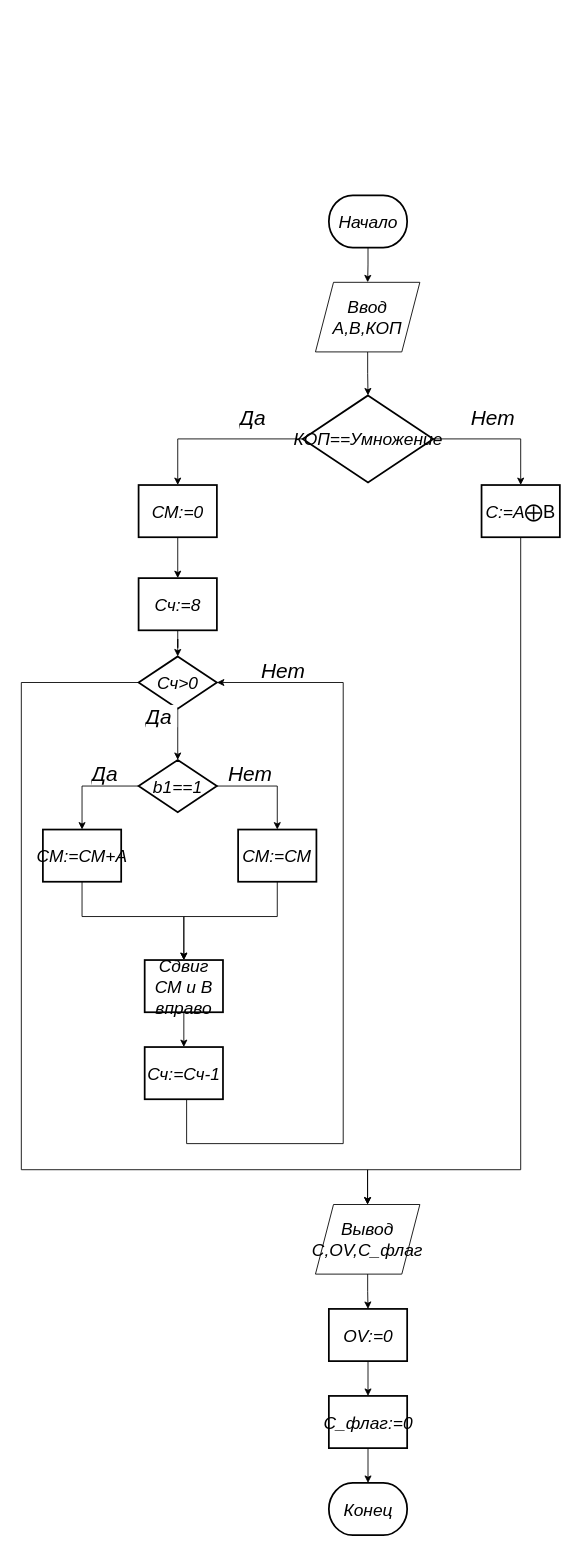
Above: page "Страница-2" (2 of 3) of эвм/Курсач/диаг.drawio in KvoERR/pnrpu-3rd-year (draw.io), before the change. Source tidied: cells renumbered, new cells numbered last; positions are measured from the earlier drawing's top-left corner, leaving out a move shared by most shapes. Both pictures are drawn from the tidied source at 87%, with x=0, y=0 at pixel (21, 195).
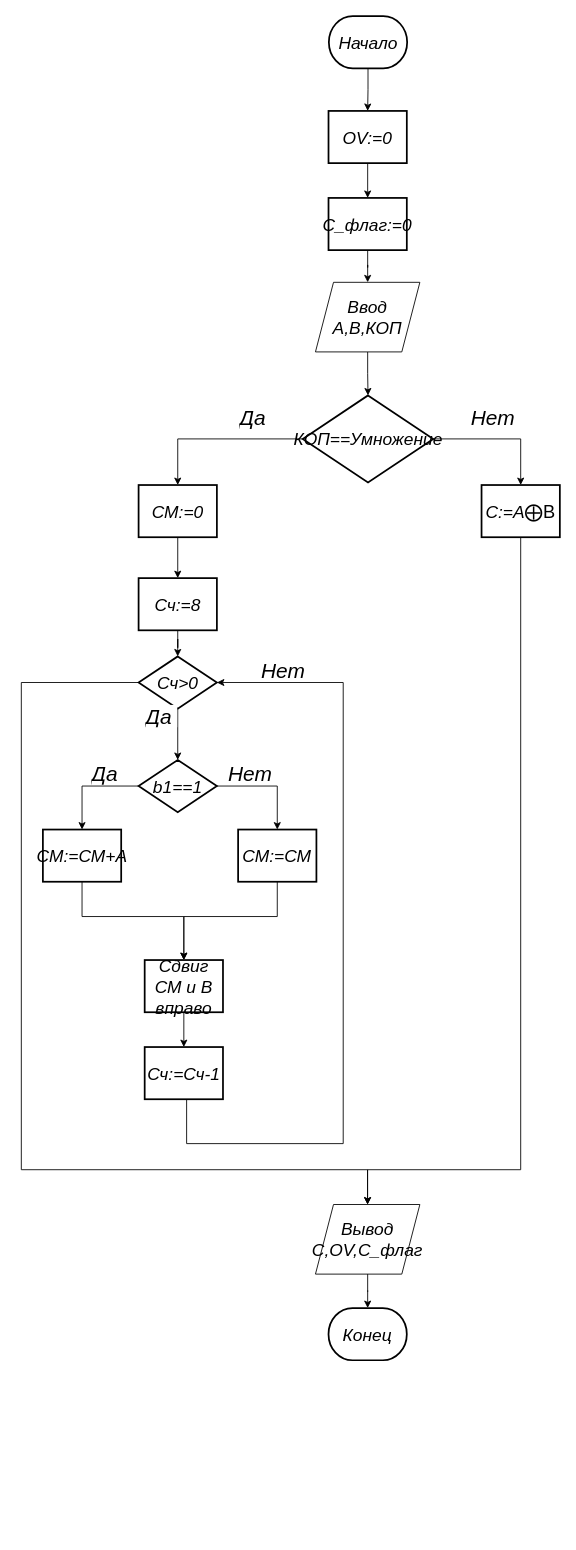
The same diagram, later.

Unchanged cells that the change refers to:
```xml
<mxCell id="38" value="&lt;font face=&quot;GOST Type A&quot;&gt;&lt;span style=&quot;font-size: 20px;&quot;&gt;&lt;i&gt;Вывод C,OV,C_флаг&lt;/i&gt;&lt;/span&gt;&lt;/font&gt;" style="shape=parallelogram;perimeter=parallelogramPerimeter;whiteSpace=wrap;html=1;fixedSize=1;size=20.75;" parent="1" vertex="1">
  <mxGeometry x="338.1" y="1160" width="120" height="80" as="geometry" />
</mxCell>
<mxCell id="41" value="&lt;font face=&quot;GOST Type A&quot;&gt;&lt;span style=&quot;font-size: 20px;&quot;&gt;&lt;i&gt;Ввод A,B,КОП&lt;/i&gt;&lt;/span&gt;&lt;/font&gt;" style="shape=parallelogram;perimeter=parallelogramPerimeter;whiteSpace=wrap;html=1;fixedSize=1;size=20.75;" parent="1" vertex="1">
  <mxGeometry x="338.1" y="100" width="120" height="80" as="geometry" />
</mxCell>
```

The edit, as a diff of the source:
```diff
@@
     <mxCell id="2" value="&lt;font style=&quot;font-size: 20px;&quot; face=&quot;GOST Type A&quot;&gt;&lt;i style=&quot;&quot;&gt;Начало&lt;/i&gt;&lt;/font&gt;" style="strokeWidth=2;html=1;shape=mxgraph.flowchart.terminator;whiteSpace=wrap;" parent="1" vertex="1">
-      <mxGeometry x="353.5" width="90" height="60" as="geometry" />
+      <mxGeometry x="353.5" y="-206" width="90" height="60" as="geometry" />
     </mxCell>
@@
-    <mxCell id="6" style="edgeStyle=orthogonalEdgeStyle;rounded=0;jettySize=auto;html=1;" parent="1" edge="1" source="2" target="41">
+    <mxCell id="6" style="edgeStyle=orthogonalEdgeStyle;rounded=0;jettySize=auto;html=1;" parent="1" edge="1" source="2" target="27">
       <mxGeometry relative="1" as="geometry" />
     </mxCell>
@@
-    <mxCell id="26" style="edgeStyle=orthogonalEdgeStyle;rounded=0;jettySize=auto;html=1;" parent="1" edge="1" source="27" target="28">
-      <mxGeometry relative="1" as="geometry" />
-    </mxCell>
-    <mxCell id="27" value="&lt;font face=&quot;GOST Type A&quot;&gt;&lt;span style=&quot;font-size: 20px;&quot;&gt;&lt;i&gt;OV:=0&lt;/i&gt;&lt;/span&gt;&lt;/font&gt;" style="whiteSpace=wrap;html=1;strokeWidth=2;" parent="1" vertex="1">
-      <mxGeometry x="353.5" y="1280" width="90" height="60" as="geometry" />
-    </mxCell>
-    <mxCell id="28" value="&lt;font face=&quot;GOST Type A&quot;&gt;&lt;span style=&quot;font-size: 20px;&quot;&gt;&lt;i&gt;C_флаг:=0&lt;/i&gt;&lt;/span&gt;&lt;/font&gt;" style="whiteSpace=wrap;html=1;strokeWidth=2;" parent="1" vertex="1">
-      <mxGeometry x="353.5" y="1380" width="90" height="60" as="geometry" />
-    </mxCell>
-    <mxCell id="29" style="edgeStyle=orthogonalEdgeStyle;rounded=0;jettySize=auto;html=1;exitX=0.5;exitY=1;exitDx=0;exitDy=0;" parent="1" edge="1" source="28" target="39">
-      <mxGeometry relative="1" as="geometry" />
-    </mxCell>
@@
-    <mxCell id="37" style="edgeStyle=orthogonalEdgeStyle;rounded=0;jettySize=auto;html=1;" parent="1" edge="1" source="38" target="27">
-      <mxGeometry relative="1" as="geometry" />
+    <mxCell id="37" style="edgeStyle=orthogonalEdgeStyle;rounded=0;jettySize=auto;html=1;" parent="1" edge="1" source="38" target="39">
+      <mxGeometry x="-0.04" relative="1" as="geometry" />
     </mxCell>
@@
     <mxCell id="39" value="&lt;font face=&quot;GOST Type A&quot;&gt;&lt;span style=&quot;font-size: 20px;&quot;&gt;&lt;i&gt;Конец&lt;/i&gt;&lt;/span&gt;&lt;/font&gt;" style="strokeWidth=2;html=1;shape=mxgraph.flowchart.terminator;whiteSpace=wrap;" parent="1" vertex="1">
-      <mxGeometry x="353.5" y="1480" width="90" height="60" as="geometry" />
+      <mxGeometry x="353.1" y="1279" width="90" height="60" as="geometry" />
     </mxCell>
@@
+    <mxCell id="26" style="edgeStyle=orthogonalEdgeStyle;rounded=0;jettySize=auto;html=1;" parent="1" edge="1" source="27" target="28">
+      <mxGeometry relative="1" as="geometry" />
+    </mxCell>
+    <mxCell id="27" value="&lt;font face=&quot;GOST Type A&quot;&gt;&lt;span style=&quot;font-size: 20px;&quot;&gt;&lt;i&gt;OV:=0&lt;/i&gt;&lt;/span&gt;&lt;/font&gt;" style="whiteSpace=wrap;html=1;strokeWidth=2;" parent="1" vertex="1">
+      <mxGeometry x="353.1" y="-97" width="90" height="60" as="geometry" />
+    </mxCell>
+    <mxCell id="42" style="edgeStyle=orthogonalEdgeStyle;rounded=0;jettySize=auto;html=1;defaultLabelBackgroundColor=page;labelPadding=0 4;" parent="1" edge="1" source="28" target="41">
+      <mxGeometry relative="1" as="geometry" />
+    </mxCell>
+    <mxCell id="28" value="&lt;font face=&quot;GOST Type A&quot;&gt;&lt;span style=&quot;font-size: 20px;&quot;&gt;&lt;i&gt;C_флаг:=0&lt;/i&gt;&lt;/span&gt;&lt;/font&gt;" style="whiteSpace=wrap;html=1;strokeWidth=2;" parent="1" vertex="1">
+      <mxGeometry x="353.1" y="3" width="90" height="60" as="geometry" />
+    </mxCell>
```
